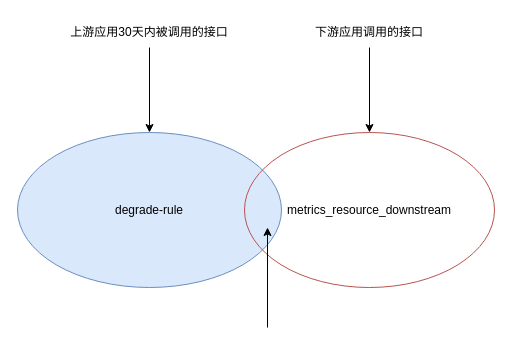
Before: upstream.drawio in wupei-w/diagrams, a draw.io diagram. Source tidied: cells renumbered, new cells numbered last; positions are measured from the earlier drawing's top-left corner, leaving out a move shared by most shapes. Both pictures are drawn from the tidied source at 100%, with x=0, y=0 at pixel (17, 17).
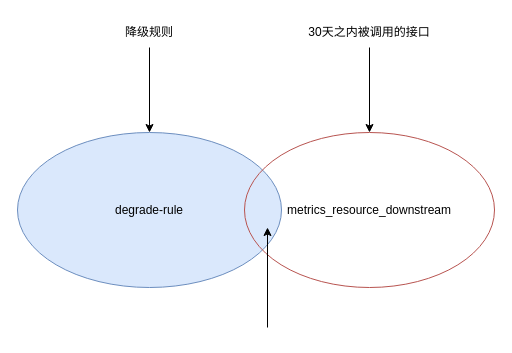
After the change.

Change to the diagram source:
```diff
@@
 <mxGraphModel>
   <root>
     <mxCell id="0" />
     <mxCell id="1" parent="0" />
     <mxCell id="2" value="degrade-rule" style="ellipse;whiteSpace=wrap;html=1;fillColor=#dae8fc;strokeColor=#6c8ebf;flipH=0;flipV=1;" parent="1" vertex="1">
       <mxGeometry y="115" width="264" height="155" as="geometry" />
     </mxCell>
     <mxCell id="3" value="metrics_resource_downstream" style="ellipse;whiteSpace=wrap;html=1;fillColor=none;strokeColor=#b85450;" parent="1" vertex="1">
       <mxGeometry x="227" y="115" width="250" height="155" as="geometry" />
     </mxCell>
     <mxCell id="4" style="edgeStyle=orthogonalEdgeStyle;rounded=0;jettySize=auto;html=1;" parent="1" edge="1" source="5" target="2">
       <mxGeometry relative="1" as="geometry" />
     </mxCell>
-    <mxCell id="5" value="上游应用30天内被调用的接口" style="text;html=1;strokeColor=none;fillColor=none;align=center;verticalAlign=middle;whiteSpace=wrap;rounded=0;" parent="1" vertex="1">
+    <mxCell id="5" value="降级规则" style="text;html=1;strokeColor=none;fillColor=none;align=center;verticalAlign=middle;whiteSpace=wrap;rounded=0;" parent="1" vertex="1">
       <mxGeometry x="37" width="190" height="30" as="geometry" />
     </mxCell>
     <mxCell id="6" style="edgeStyle=orthogonalEdgeStyle;rounded=0;jettySize=auto;html=1;" parent="1" edge="1" source="7" target="3">
       <mxGeometry relative="1" as="geometry" />
     </mxCell>
-    <mxCell id="7" value="下游应用调用的接口" style="text;html=1;strokeColor=none;fillColor=none;align=center;verticalAlign=middle;whiteSpace=wrap;rounded=0;" parent="1" vertex="1">
+    <mxCell id="7" value="30天之内被调用的接口" style="text;html=1;strokeColor=none;fillColor=none;align=center;verticalAlign=middle;whiteSpace=wrap;rounded=0;" parent="1" vertex="1">
       <mxGeometry x="282" width="140" height="30" as="geometry" />
     </mxCell>
     <mxCell id="8" style="endArrow=classic;html=1;rounded=0;" parent="1" edge="1">
       <mxGeometry relative="1" as="geometry">
         <mxPoint x="250" y="310" as="sourcePoint" />
         <mxPoint x="250" y="210" as="targetPoint" />
       </mxGeometry>
     </mxCell>
   </root>
 </mxGraphModel>
```
